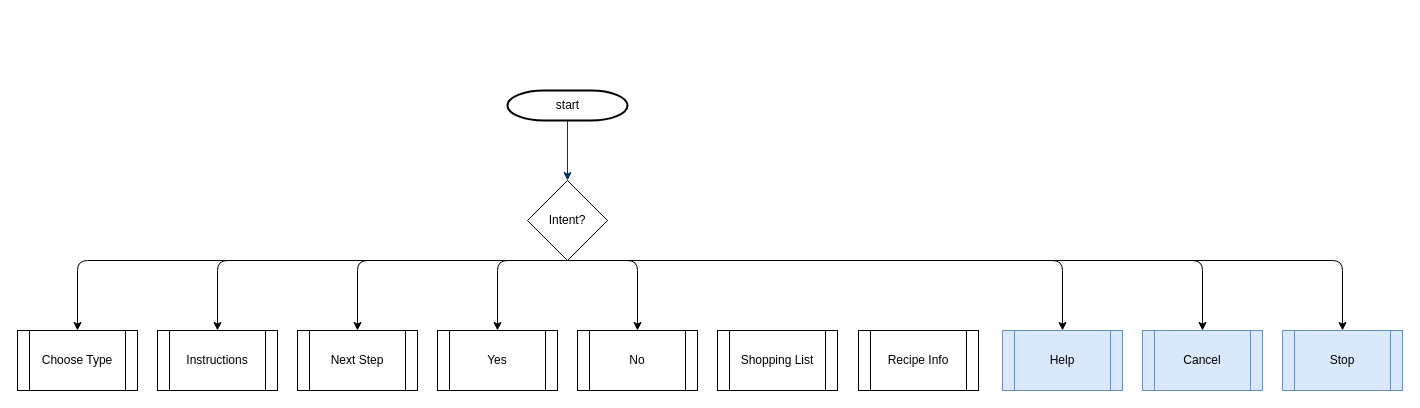
Above: overview.drawio in mattjaenicke/flowcharts (draw.io), before the change. Source tidied: cells renumbered, new cells numbered last; positions are measured from the earlier drawing's top-left corner, leaving out a move shared by most shapes. Both pictures are drawn from the tidied source at 100%, with x=0, y=0 at pixel (17, 90).
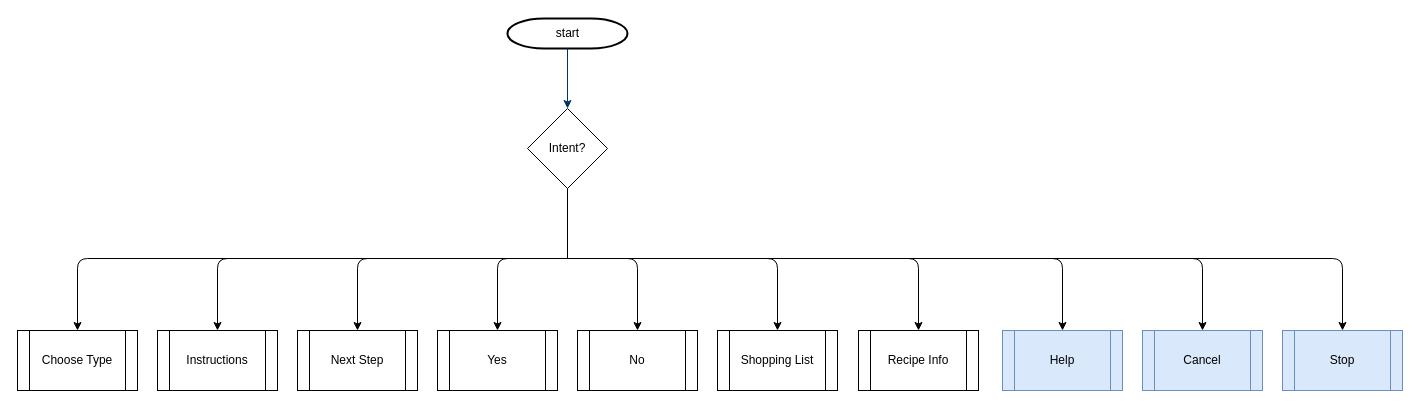
After the change.

Unchanged cells that the change refers to:
```xml
<mxCell id="5" value="Choose Type" style="shape=process;whiteSpace=wrap;html=1;backgroundOutline=1;" parent="1" vertex="1">
  <mxGeometry y="240" width="120" height="60" as="geometry" />
</mxCell>
<mxCell id="7" value="Instructions" style="shape=process;whiteSpace=wrap;html=1;backgroundOutline=1;" parent="1" vertex="1">
  <mxGeometry x="140" y="240" width="120" height="60" as="geometry" />
</mxCell>
<mxCell id="8" value="Next Step" style="shape=process;whiteSpace=wrap;html=1;backgroundOutline=1;" parent="1" vertex="1">
  <mxGeometry x="280" y="240" width="120" height="60" as="geometry" />
</mxCell>
<mxCell id="9" value="Yes" style="shape=process;whiteSpace=wrap;html=1;backgroundOutline=1;" parent="1" vertex="1">
  <mxGeometry x="420" y="240" width="120" height="60" as="geometry" />
</mxCell>
<mxCell id="10" value="No" style="shape=process;whiteSpace=wrap;html=1;backgroundOutline=1;" parent="1" vertex="1">
  <mxGeometry x="560" y="240" width="120" height="60" as="geometry" />
</mxCell>
<mxCell id="11" value="Help" style="shape=process;whiteSpace=wrap;html=1;backgroundOutline=1;fillColor=#dae8fc;strokeColor=#6c8ebf;" parent="1" vertex="1">
  <mxGeometry x="985" y="240" width="120" height="60" as="geometry" />
</mxCell>
<mxCell id="12" value="Cancel" style="shape=process;whiteSpace=wrap;html=1;backgroundOutline=1;fillColor=#dae8fc;strokeColor=#6c8ebf;" parent="1" vertex="1">
  <mxGeometry x="1125" y="240" width="120" height="60" as="geometry" />
</mxCell>
<mxCell id="13" value="Stop" style="shape=process;whiteSpace=wrap;html=1;backgroundOutline=1;fillColor=#dae8fc;strokeColor=#6c8ebf;" parent="1" vertex="1">
  <mxGeometry x="1265" y="240" width="120" height="60" as="geometry" />
</mxCell>
<mxCell id="21" value="Shopping List" style="shape=process;whiteSpace=wrap;html=1;backgroundOutline=1;" parent="1" vertex="1">
  <mxGeometry x="700" y="240" width="120" height="60" as="geometry" />
</mxCell>
<mxCell id="22" value="Recipe Info" style="shape=process;whiteSpace=wrap;html=1;backgroundOutline=1;" parent="1" vertex="1">
  <mxGeometry x="841" y="240" width="120" height="60" as="geometry" />
</mxCell>
```

The edit, as a diff of the source:
```diff
@@
     <mxCell id="2" value="start" style="shape=mxgraph.flowchart.terminator;strokeWidth=2;gradientColor=none;gradientDirection=north;fontStyle=0;html=1;" parent="1" vertex="1">
-      <mxGeometry x="490" width="120" height="30" as="geometry" />
+      <mxGeometry x="490" y="-72" width="120" height="30" as="geometry" />
     </mxCell>
     <mxCell id="3" style="fontStyle=1;strokeColor=#003366;strokeWidth=1;html=1;" parent="1" edge="1" source="2">
       <mxGeometry relative="1" as="geometry">
-        <mxPoint x="550" y="90" as="targetPoint" />
+        <mxPoint x="550" y="18" as="targetPoint" />
       </mxGeometry>
     </mxCell>
     <mxCell id="4" value="Intent?" style="rhombus;whiteSpace=wrap;html=1;" parent="1" vertex="1">
-      <mxGeometry x="510" y="90" width="80" height="80" as="geometry" />
+      <mxGeometry x="510" y="18" width="80" height="80" as="geometry" />
     </mxCell>
@@
-    <mxCell id="6" style="endArrow=classic;html=1;exitX=0.5;exitY=1;exitDx=0;exitDy=0;entryX=0.5;entryY=0;entryDx=0;entryDy=0;" parent="1" edge="1" source="4" target="5">
+    <mxCell id="6" style="endArrow=classic;html=1;exitX=0.5;exitY=1;exitDx=0;exitDy=0;entryX=0.5;entryY=0;entryDx=0;entryDy=0;" parent="1" edge="1" target="5">
       <mxGeometry relative="1" as="geometry">
+        <mxPoint x="550" y="168" as="sourcePoint" />
         <Array as="points">
-          <mxPoint x="60" y="170" />
+          <mxPoint x="60" y="168" />
         </Array>
       </mxGeometry>
     </mxCell>
@@
-    <mxCell id="14" style="endArrow=classic;html=1;exitX=0.5;exitY=1;exitDx=0;exitDy=0;entryX=0.5;entryY=0;entryDx=0;entryDy=0;" parent="1" edge="1" source="4" target="7">
+    <mxCell id="14" style="endArrow=classic;html=1;exitX=0.5;exitY=1;exitDx=0;exitDy=0;entryX=0.5;entryY=0;entryDx=0;entryDy=0;" parent="1" edge="1" target="7">
       <mxGeometry relative="1" as="geometry">
+        <mxPoint x="550" y="168" as="sourcePoint" />
         <Array as="points">
-          <mxPoint x="200" y="170" />
+          <mxPoint x="200" y="168" />
         </Array>
       </mxGeometry>
     </mxCell>
-    <mxCell id="15" style="endArrow=classic;html=1;exitX=0.5;exitY=1;exitDx=0;exitDy=0;entryX=0.5;entryY=0;entryDx=0;entryDy=0;" parent="1" edge="1" source="4" target="8">
+    <mxCell id="15" style="endArrow=classic;html=1;exitX=0.5;exitY=1;exitDx=0;exitDy=0;entryX=0.5;entryY=0;entryDx=0;entryDy=0;" parent="1" edge="1" target="8">
       <mxGeometry relative="1" as="geometry">
+        <mxPoint x="550" y="168" as="sourcePoint" />
         <Array as="points">
-          <mxPoint x="340" y="170" />
+          <mxPoint x="425" y="168" />
+          <mxPoint x="340" y="168" />
         </Array>
       </mxGeometry>
     </mxCell>
-    <mxCell id="16" style="endArrow=classic;html=1;exitX=0.5;exitY=1;exitDx=0;exitDy=0;entryX=0.5;entryY=0;entryDx=0;entryDy=0;" parent="1" edge="1" source="4" target="11">
+    <mxCell id="16" style="endArrow=classic;html=1;exitX=0.5;exitY=1;exitDx=0;exitDy=0;entryX=0.5;entryY=0;entryDx=0;entryDy=0;" parent="1" edge="1" target="11">
       <mxGeometry relative="1" as="geometry">
+        <mxPoint x="550" y="168" as="sourcePoint" />
         <Array as="points">
-          <mxPoint x="760" y="170" />
-          <mxPoint x="1045" y="170" />
+          <mxPoint x="760" y="168" />
+          <mxPoint x="1045" y="168" />
         </Array>
       </mxGeometry>
     </mxCell>
-    <mxCell id="17" style="endArrow=classic;html=1;exitX=0.5;exitY=1;exitDx=0;exitDy=0;entryX=0.5;entryY=0;entryDx=0;entryDy=0;" parent="1" edge="1" source="4" target="12">
+    <mxCell id="17" style="endArrow=classic;html=1;exitX=0.5;exitY=1;exitDx=0;exitDy=0;entryX=0.5;entryY=0;entryDx=0;entryDy=0;" parent="1" edge="1" target="12">
       <mxGeometry relative="1" as="geometry">
+        <mxPoint x="550" y="168" as="sourcePoint" />
         <Array as="points">
-          <mxPoint x="900" y="170" />
-          <mxPoint x="1185" y="170" />
+          <mxPoint x="900" y="168" />
+          <mxPoint x="1185" y="168" />
         </Array>
       </mxGeometry>
     </mxCell>
-    <mxCell id="18" style="endArrow=classic;html=1;entryX=0.5;entryY=0;entryDx=0;entryDy=0;exitX=0.5;exitY=1;exitDx=0;exitDy=0;" parent="1" edge="1" source="4" target="13">
+    <mxCell id="18" style="endArrow=classic;html=1;entryX=0.5;entryY=0;entryDx=0;entryDy=0;exitX=0.5;exitY=1;exitDx=0;exitDy=0;" parent="1" edge="1" target="13">
       <mxGeometry relative="1" as="geometry">
+        <mxPoint x="550" y="168" as="sourcePoint" />
         <Array as="points">
-          <mxPoint x="1040" y="170" />
-          <mxPoint x="1325" y="170" />
+          <mxPoint x="1040" y="168" />
+          <mxPoint x="1325" y="168" />
         </Array>
       </mxGeometry>
     </mxCell>
-    <mxCell id="19" style="endArrow=classic;html=1;exitX=0.5;exitY=1;exitDx=0;exitDy=0;entryX=0.5;entryY=0;entryDx=0;entryDy=0;" parent="1" edge="1" source="4" target="9">
+    <mxCell id="19" style="endArrow=classic;html=1;exitX=0.5;exitY=1;exitDx=0;exitDy=0;entryX=0.5;entryY=0;entryDx=0;entryDy=0;" parent="1" edge="1" target="9">
       <mxGeometry relative="1" as="geometry">
+        <mxPoint x="550" y="168" as="sourcePoint" />
         <Array as="points">
-          <mxPoint x="480" y="170" />
+          <mxPoint x="480" y="168" />
         </Array>
       </mxGeometry>
     </mxCell>
-    <mxCell id="20" style="endArrow=classic;html=1;entryX=0.5;entryY=0;entryDx=0;entryDy=0;exitX=0.5;exitY=1;exitDx=0;exitDy=0;" parent="1" edge="1" source="4" target="10">
+    <mxCell id="20" style="endArrow=classic;html=1;exitX=0.5;exitY=1;exitDx=0;exitDy=0;entryX=0.5;entryY=0;entryDx=0;entryDy=0;" parent="1" edge="1" target="10">
       <mxGeometry relative="1" as="geometry">
+        <mxPoint x="550" y="168" as="sourcePoint" />
         <Array as="points">
-          <mxPoint x="620" y="170" />
+          <mxPoint x="620" y="168" />
         </Array>
       </mxGeometry>
     </mxCell>
@@
+    <mxCell id="23" style="endArrow=none;html=1;exitX=0.5;exitY=1;exitDx=0;exitDy=0;" parent="1" edge="1" source="4">
+      <mxGeometry relative="1" as="geometry">
+        <mxPoint x="550" y="168" as="targetPoint" />
+      </mxGeometry>
+    </mxCell>
+    <mxCell id="24" style="endArrow=classic;html=1;entryX=0.5;entryY=0;entryDx=0;entryDy=0;" parent="1" edge="1" target="21">
+      <mxGeometry relative="1" as="geometry">
+        <mxPoint x="550" y="168" as="sourcePoint" />
+        <Array as="points">
+          <mxPoint x="760" y="168" />
+        </Array>
+      </mxGeometry>
+    </mxCell>
+    <mxCell id="25" style="endArrow=classic;html=1;entryX=0.5;entryY=0;entryDx=0;entryDy=0;" parent="1" edge="1" target="22">
+      <mxGeometry relative="1" as="geometry">
+        <mxPoint x="550" y="168" as="sourcePoint" />
+        <Array as="points">
+          <mxPoint x="901" y="168" />
+        </Array>
+      </mxGeometry>
+    </mxCell>
```
